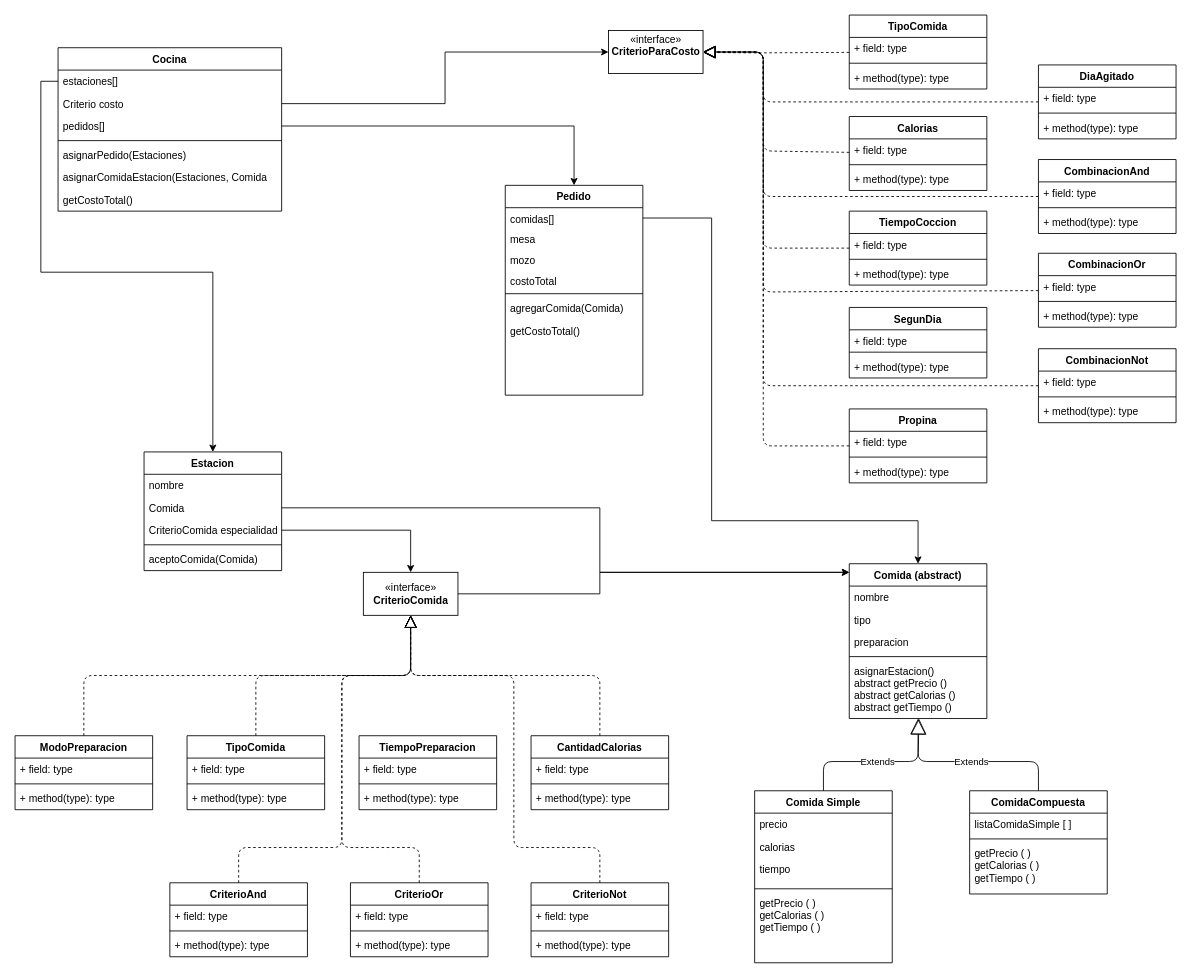
Above: diagrama Tp Especial Parte2.drawio in Guidin8/TPEspecialProg2 (draw.io), before the change. Source tidied: cells renumbered, new cells numbered last; positions are measured from the earlier drawing's top-left corner, leaving out a move shared by most shapes. Both pictures are drawn from the tidied source at 86%, with x=0, y=0 at pixel (15, 15).
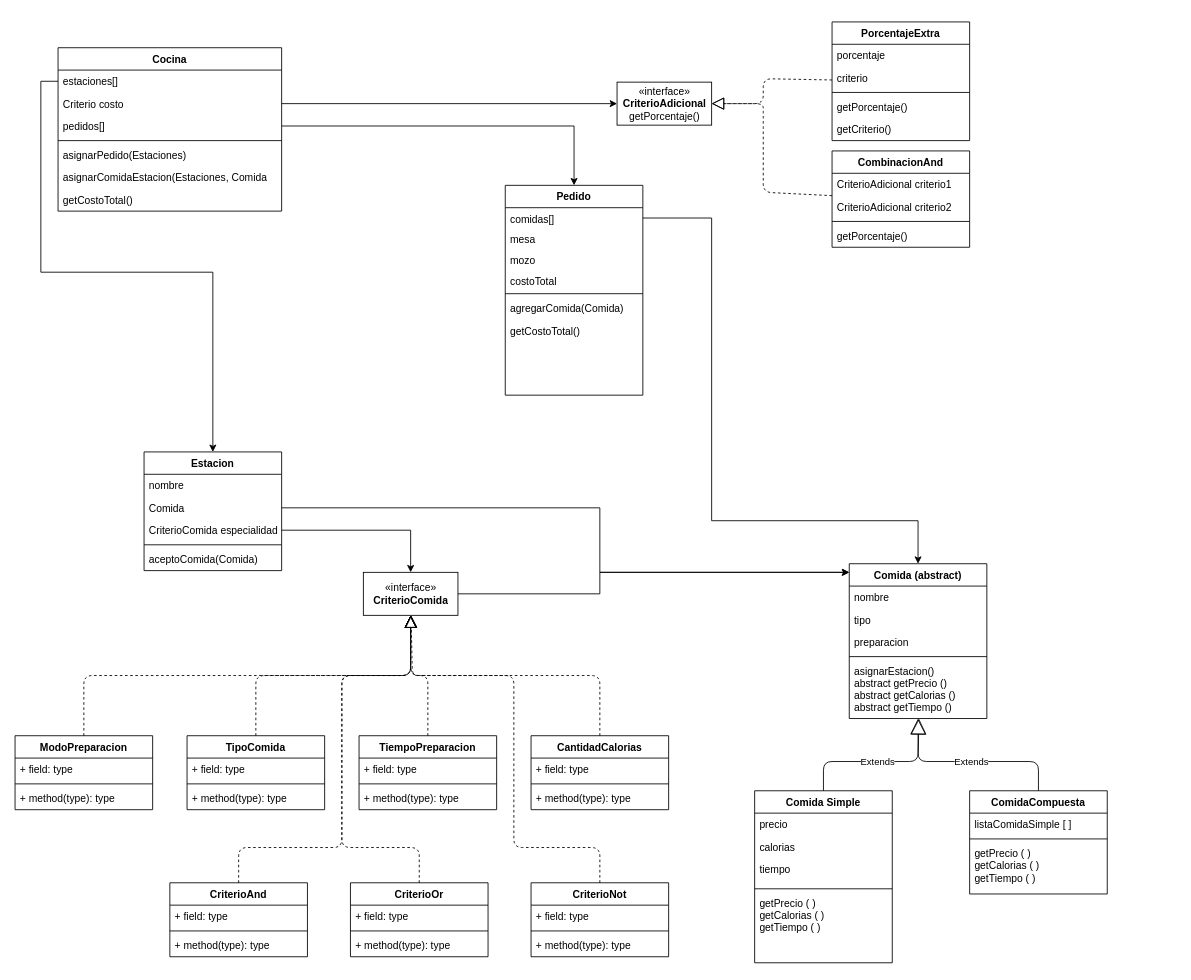
Above is the later version.

Commit message (it also covers changes not shown here):
Se corrigio el diagrama

The change refers to these unchanged cells:
```xml
<mxCell id="41" value="«interface»&lt;br&gt;&lt;b&gt;CriterioComida&lt;/b&gt;" style="html=1;" parent="1" vertex="1">
  <mxGeometry x="405" y="648" width="110" height="50" as="geometry" />
</mxCell>
<mxCell id="50" value="TiempoPreparacion" style="swimlane;fontStyle=1;align=center;verticalAlign=top;horizontal=1;startSize=26;" parent="1" vertex="1">
  <mxGeometry x="400" y="838" width="160" height="86" as="geometry" />
</mxCell>
```

Diff of the diagram source:
```diff
@@
-    <mxCell id="70" value="«interface»&lt;br&gt;&lt;b&gt;CriterioParaCosto&lt;br&gt;&lt;br&gt;&lt;/b&gt;" style="html=1;" parent="1" vertex="1">
-      <mxGeometry x="690" y="18" width="110" height="50" as="geometry" />
+    <mxCell id="70" value="«interface»&lt;br&gt;&lt;b&gt;CriterioAdicional&lt;/b&gt;&lt;br&gt;getPorcentaje()" style="html=1;" parent="1" vertex="1">
+      <mxGeometry x="700" y="78" width="110" height="50" as="geometry" />
     </mxCell>
-    <mxCell id="71" value="TipoComida" style="swimlane;fontStyle=1;align=center;verticalAlign=top;horizontal=1;startSize=26;" parent="1" vertex="1">
-      <mxGeometry x="970" width="160" height="86" as="geometry" />
-    </mxCell>
-    <mxCell id="72" value="+ field: type" style="text;strokeColor=none;fillColor=none;align=left;verticalAlign=top;spacingLeft=4;spacingRight=4;overflow=hidden;" parent="71" vertex="1">
-      <mxGeometry y="26" width="160" height="26" as="geometry" />
-    </mxCell>
-    <mxCell id="73" style="line;strokeWidth=1;fillColor=none;align=left;verticalAlign=middle;spacingTop=-1;spacingLeft=3;spacingRight=3;labelPosition=right;" parent="71" vertex="1">
-      <mxGeometry y="52" width="160" height="8" as="geometry" />
-    </mxCell>
-    <mxCell id="74" value="+ method(type): type" style="text;strokeColor=none;fillColor=none;align=left;verticalAlign=top;spacingLeft=4;spacingRight=4;overflow=hidden;" parent="71" vertex="1">
-      <mxGeometry y="60" width="160" height="26" as="geometry" />
-    </mxCell>
-    <mxCell id="75" value="Propina" style="swimlane;fontStyle=1;align=center;verticalAlign=top;horizontal=1;startSize=26;" parent="1" vertex="1">
-      <mxGeometry x="970" y="458" width="160" height="86" as="geometry" />
-    </mxCell>
-    <mxCell id="76" value="+ field: type" style="text;strokeColor=none;fillColor=none;align=left;verticalAlign=top;spacingLeft=4;spacingRight=4;overflow=hidden;" parent="75" vertex="1">
-      <mxGeometry y="26" width="160" height="26" as="geometry" />
-    </mxCell>
-    <mxCell id="77" style="line;strokeWidth=1;fillColor=none;align=left;verticalAlign=middle;spacingTop=-1;spacingLeft=3;spacingRight=3;labelPosition=right;" parent="75" vertex="1">
-      <mxGeometry y="52" width="160" height="8" as="geometry" />
-    </mxCell>
-    <mxCell id="78" value="+ method(type): type" style="text;strokeColor=none;fillColor=none;align=left;verticalAlign=top;spacingLeft=4;spacingRight=4;overflow=hidden;" parent="75" vertex="1">
-      <mxGeometry y="60" width="160" height="26" as="geometry" />
-    </mxCell>
-    <mxCell id="79" value="DiaAgitado" style="swimlane;fontStyle=1;align=center;verticalAlign=top;horizontal=1;startSize=26;" parent="1" vertex="1">
-      <mxGeometry x="1190" y="58" width="160" height="86" as="geometry" />
-    </mxCell>
-    <mxCell id="80" value="+ field: type" style="text;strokeColor=none;fillColor=none;align=left;verticalAlign=top;spacingLeft=4;spacingRight=4;overflow=hidden;" parent="79" vertex="1">
-      <mxGeometry y="26" width="160" height="26" as="geometry" />
-    </mxCell>
-    <mxCell id="81" style="line;strokeWidth=1;fillColor=none;align=left;verticalAlign=middle;spacingTop=-1;spacingLeft=3;spacingRight=3;labelPosition=right;" parent="79" vertex="1">
-      <mxGeometry y="52" width="160" height="8" as="geometry" />
-    </mxCell>
-    <mxCell id="82" value="+ method(type): type" style="text;strokeColor=none;fillColor=none;align=left;verticalAlign=top;spacingLeft=4;spacingRight=4;overflow=hidden;" parent="79" vertex="1">
-      <mxGeometry y="60" width="160" height="26" as="geometry" />
-    </mxCell>
-    <mxCell id="83" value="SegunDia" style="swimlane;fontStyle=1;align=center;verticalAlign=top;horizontal=1;startSize=26;" parent="1" vertex="1">
-      <mxGeometry x="970" y="340" width="160" height="82" as="geometry" />
-    </mxCell>
-    <mxCell id="84" value="+ field: type" style="text;strokeColor=none;fillColor=none;align=left;verticalAlign=top;spacingLeft=4;spacingRight=4;overflow=hidden;" parent="83" vertex="1">
-      <mxGeometry y="26" width="160" height="22" as="geometry" />
-    </mxCell>
-    <mxCell id="85" style="line;strokeWidth=1;fillColor=none;align=left;verticalAlign=middle;spacingTop=-1;spacingLeft=3;spacingRight=3;labelPosition=right;" parent="83" vertex="1">
-      <mxGeometry y="48" width="160" height="8" as="geometry" />
-    </mxCell>
-    <mxCell id="86" value="+ method(type): type" style="text;strokeColor=none;fillColor=none;align=left;verticalAlign=top;spacingLeft=4;spacingRight=4;overflow=hidden;" parent="83" vertex="1">
-      <mxGeometry y="56" width="160" height="26" as="geometry" />
-    </mxCell>
-    <mxCell id="87" value="TiempoCoccion" style="swimlane;fontStyle=1;align=center;verticalAlign=top;horizontal=1;startSize=26;" parent="1" vertex="1">
-      <mxGeometry x="970" y="228" width="160" height="86" as="geometry" />
-    </mxCell>
-    <mxCell id="88" value="+ field: type" style="text;strokeColor=none;fillColor=none;align=left;verticalAlign=top;spacingLeft=4;spacingRight=4;overflow=hidden;" parent="87" vertex="1">
-      <mxGeometry y="26" width="160" height="26" as="geometry" />
-    </mxCell>
-    <mxCell id="89" style="line;strokeWidth=1;fillColor=none;align=left;verticalAlign=middle;spacingTop=-1;spacingLeft=3;spacingRight=3;labelPosition=right;" parent="87" vertex="1">
-      <mxGeometry y="52" width="160" height="8" as="geometry" />
-    </mxCell>
-    <mxCell id="90" value="+ method(type): type" style="text;strokeColor=none;fillColor=none;align=left;verticalAlign=top;spacingLeft=4;spacingRight=4;overflow=hidden;" parent="87" vertex="1">
-      <mxGeometry y="60" width="160" height="26" as="geometry" />
-    </mxCell>
-    <mxCell id="91" value="Calorias" style="swimlane;fontStyle=1;align=center;verticalAlign=top;horizontal=1;startSize=26;" parent="1" vertex="1">
-      <mxGeometry x="970" y="118" width="160" height="86" as="geometry" />
-    </mxCell>
-    <mxCell id="92" value="+ field: type" style="text;strokeColor=none;fillColor=none;align=left;verticalAlign=top;spacingLeft=4;spacingRight=4;overflow=hidden;" parent="91" vertex="1">
-      <mxGeometry y="26" width="160" height="26" as="geometry" />
-    </mxCell>
-    <mxCell id="93" style="line;strokeWidth=1;fillColor=none;align=left;verticalAlign=middle;spacingTop=-1;spacingLeft=3;spacingRight=3;labelPosition=right;" parent="91" vertex="1">
-      <mxGeometry y="52" width="160" height="8" as="geometry" />
-    </mxCell>
-    <mxCell id="94" value="+ method(type): type" style="text;strokeColor=none;fillColor=none;align=left;verticalAlign=top;spacingLeft=4;spacingRight=4;overflow=hidden;" parent="91" vertex="1">
-      <mxGeometry y="60" width="160" height="26" as="geometry" />
-    </mxCell>
     <mxCell id="95" value="CombinacionAnd" style="swimlane;fontStyle=1;align=center;verticalAlign=top;horizontal=1;startSize=26;" parent="1" vertex="1">
-      <mxGeometry x="1190" y="168" width="160" height="86" as="geometry" />
+      <mxGeometry x="950" y="158" width="160" height="112" as="geometry" />
     </mxCell>
-    <mxCell id="96" value="+ field: type" style="text;strokeColor=none;fillColor=none;align=left;verticalAlign=top;spacingLeft=4;spacingRight=4;overflow=hidden;" parent="95" vertex="1">
+    <mxCell id="96" value="CriterioAdicional criterio1" style="text;strokeColor=none;fillColor=none;align=left;verticalAlign=top;spacingLeft=4;spacingRight=4;overflow=hidden;" parent="95" vertex="1">
       <mxGeometry y="26" width="160" height="26" as="geometry" />
     </mxCell>
+    <mxCell id="129" value="CriterioAdicional criterio2" style="text;strokeColor=none;fillColor=none;align=left;verticalAlign=top;spacingLeft=4;spacingRight=4;overflow=hidden;" parent="95" vertex="1">
+      <mxGeometry y="52" width="160" height="26" as="geometry" />
+    </mxCell>
     <mxCell id="97" style="line;strokeWidth=1;fillColor=none;align=left;verticalAlign=middle;spacingTop=-1;spacingLeft=3;spacingRight=3;labelPosition=right;" parent="95" vertex="1">
-      <mxGeometry y="52" width="160" height="8" as="geometry" />
+      <mxGeometry y="78" width="160" height="8" as="geometry" />
     </mxCell>
-    <mxCell id="98" value="+ method(type): type" style="text;strokeColor=none;fillColor=none;align=left;verticalAlign=top;spacingLeft=4;spacingRight=4;overflow=hidden;" parent="95" vertex="1">
-      <mxGeometry y="60" width="160" height="26" as="geometry" />
+    <mxCell id="98" value="getPorcentaje()" style="text;strokeColor=none;fillColor=none;align=left;verticalAlign=top;spacingLeft=4;spacingRight=4;overflow=hidden;" parent="95" vertex="1">
+      <mxGeometry y="86" width="160" height="26" as="geometry" />
     </mxCell>
-    <mxCell id="99" value="CombinacionOr" style="swimlane;fontStyle=1;align=center;verticalAlign=top;horizontal=1;startSize=26;" parent="1" vertex="1">
-      <mxGeometry x="1190" y="277" width="160" height="86" as="geometry" />
-    </mxCell>
-    <mxCell id="100" value="+ field: type" style="text;strokeColor=none;fillColor=none;align=left;verticalAlign=top;spacingLeft=4;spacingRight=4;overflow=hidden;" parent="99" vertex="1">
-      <mxGeometry y="26" width="160" height="26" as="geometry" />
-    </mxCell>
-    <mxCell id="101" style="line;strokeWidth=1;fillColor=none;align=left;verticalAlign=middle;spacingTop=-1;spacingLeft=3;spacingRight=3;labelPosition=right;" parent="99" vertex="1">
-      <mxGeometry y="52" width="160" height="8" as="geometry" />
-    </mxCell>
-    <mxCell id="102" value="+ method(type): type" style="text;strokeColor=none;fillColor=none;align=left;verticalAlign=top;spacingLeft=4;spacingRight=4;overflow=hidden;" parent="99" vertex="1">
-      <mxGeometry y="60" width="160" height="26" as="geometry" />
-    </mxCell>
-    <mxCell id="103" value="CombinacionNot" style="swimlane;fontStyle=1;align=center;verticalAlign=top;horizontal=1;startSize=26;" parent="1" vertex="1">
-      <mxGeometry x="1190" y="388" width="160" height="86" as="geometry" />
-    </mxCell>
-    <mxCell id="104" value="+ field: type" style="text;strokeColor=none;fillColor=none;align=left;verticalAlign=top;spacingLeft=4;spacingRight=4;overflow=hidden;" parent="103" vertex="1">
-      <mxGeometry y="26" width="160" height="26" as="geometry" />
-    </mxCell>
-    <mxCell id="105" style="line;strokeWidth=1;fillColor=none;align=left;verticalAlign=middle;spacingTop=-1;spacingLeft=3;spacingRight=3;labelPosition=right;" parent="103" vertex="1">
-      <mxGeometry y="52" width="160" height="8" as="geometry" />
-    </mxCell>
-    <mxCell id="106" value="+ method(type): type" style="text;strokeColor=none;fillColor=none;align=left;verticalAlign=top;spacingLeft=4;spacingRight=4;overflow=hidden;" parent="103" vertex="1">
-      <mxGeometry y="60" width="160" height="26" as="geometry" />
-    </mxCell>
@@
-    <mxCell id="119" style="endArrow=block;dashed=1;endFill=0;endSize=12;html=1;" parent="1" edge="1" source="79" target="70">
+    <mxCell id="119" style="endArrow=block;dashed=1;endFill=0;endSize=12;html=1;" parent="1" edge="1" source="131" target="70">
       <mxGeometry relative="1" as="geometry">
         <Array as="points">
-          <mxPoint x="870" y="101" />
-          <mxPoint x="870" y="43" />
+          <mxPoint x="870" y="74" />
+          <mxPoint x="870" y="103" />
         </Array>
       </mxGeometry>
     </mxCell>
-    <mxCell id="120" style="endArrow=block;dashed=1;endFill=0;endSize=12;html=1;" parent="1" edge="1" source="71" target="70">
-      <mxGeometry relative="1" as="geometry">
-        <Array as="points">
-          <mxPoint x="860" y="44" />
-        </Array>
-      </mxGeometry>
-    </mxCell>
-    <mxCell id="121" style="endArrow=block;dashed=1;endFill=0;endSize=12;html=1;entryX=1;entryY=0.5;entryDx=0;entryDy=0;" parent="1" edge="1" source="91" target="70">
-      <mxGeometry relative="1" as="geometry">
-        <Array as="points">
-          <mxPoint x="870" y="158" />
-          <mxPoint x="870" y="43" />
-        </Array>
-      </mxGeometry>
-    </mxCell>
     <mxCell id="122" style="endArrow=block;dashed=1;endFill=0;endSize=12;html=1;" parent="1" edge="1" source="95" target="70">
       <mxGeometry relative="1" as="geometry">
         <Array as="points">
-          <mxPoint x="870" y="211" />
-          <mxPoint x="870" y="43" />
+          <mxPoint x="870" y="206" />
+          <mxPoint x="870" y="122" />
+          <mxPoint x="870" y="103" />
         </Array>
       </mxGeometry>
     </mxCell>
-    <mxCell id="123" style="endArrow=block;dashed=1;endFill=0;endSize=12;html=1;" parent="1" edge="1" source="87" target="70">
-      <mxGeometry relative="1" as="geometry">
-        <Array as="points">
-          <mxPoint x="870" y="271" />
-          <mxPoint x="870" y="43" />
-        </Array>
-      </mxGeometry>
-    </mxCell>
-    <mxCell id="124" style="endArrow=block;dashed=1;endFill=0;endSize=12;html=1;" parent="1" edge="1" source="99" target="70">
-      <mxGeometry relative="1" as="geometry">
-        <Array as="points">
-          <mxPoint x="870" y="322" />
-          <mxPoint x="870" y="43" />
-        </Array>
-      </mxGeometry>
-    </mxCell>
-    <mxCell id="125" style="endArrow=block;dashed=1;endFill=0;endSize=12;html=1;" parent="1" edge="1" source="75" target="70">
-      <mxGeometry relative="1" as="geometry">
-        <Array as="points">
-          <mxPoint x="870" y="501" />
-          <mxPoint x="870" y="43" />
-        </Array>
-      </mxGeometry>
-    </mxCell>
-    <mxCell id="126" style="endArrow=block;dashed=1;endFill=0;endSize=12;html=1;" parent="1" edge="1" source="103" target="70">
-      <mxGeometry relative="1" as="geometry">
-        <Array as="points">
-          <mxPoint x="870" y="431" />
-          <mxPoint x="870" y="43" />
-        </Array>
-      </mxGeometry>
-    </mxCell>
@@
+    <mxCell id="130" style="endArrow=block;dashed=1;endFill=0;endSize=12;html=1;" parent="1" edge="1" source="50" target="41">
+      <mxGeometry relative="1" as="geometry">
+        <Array as="points">
+          <mxPoint x="480" y="768" />
+          <mxPoint x="462" y="768" />
+        </Array>
+      </mxGeometry>
+    </mxCell>
+    <mxCell id="131" value="PorcentajeExtra" style="swimlane;fontStyle=1;align=center;verticalAlign=top;horizontal=1;startSize=26;" parent="1" vertex="1">
+      <mxGeometry x="950" y="8" width="160" height="138" as="geometry" />
+    </mxCell>
+    <mxCell id="132" value="porcentaje" style="text;strokeColor=none;fillColor=none;align=left;verticalAlign=top;spacingLeft=4;spacingRight=4;overflow=hidden;" parent="131" vertex="1">
+      <mxGeometry y="26" width="160" height="26" as="geometry" />
+    </mxCell>
+    <mxCell id="133" value="criterio" style="text;strokeColor=none;fillColor=none;align=left;verticalAlign=top;spacingLeft=4;spacingRight=4;overflow=hidden;" parent="131" vertex="1">
+      <mxGeometry y="52" width="160" height="26" as="geometry" />
+    </mxCell>
+    <mxCell id="134" style="line;strokeWidth=1;fillColor=none;align=left;verticalAlign=middle;spacingTop=-1;spacingLeft=3;spacingRight=3;labelPosition=right;" parent="131" vertex="1">
+      <mxGeometry y="78" width="160" height="8" as="geometry" />
+    </mxCell>
+    <mxCell id="135" value="getPorcentaje()" style="text;strokeColor=none;fillColor=none;align=left;verticalAlign=top;spacingLeft=4;spacingRight=4;overflow=hidden;" parent="131" vertex="1">
+      <mxGeometry y="86" width="160" height="26" as="geometry" />
+    </mxCell>
+    <mxCell id="136" value="getCriterio()" style="text;strokeColor=none;fillColor=none;align=left;verticalAlign=top;spacingLeft=4;spacingRight=4;overflow=hidden;" parent="131" vertex="1">
+      <mxGeometry y="112" width="160" height="26" as="geometry" />
+    </mxCell>
```
